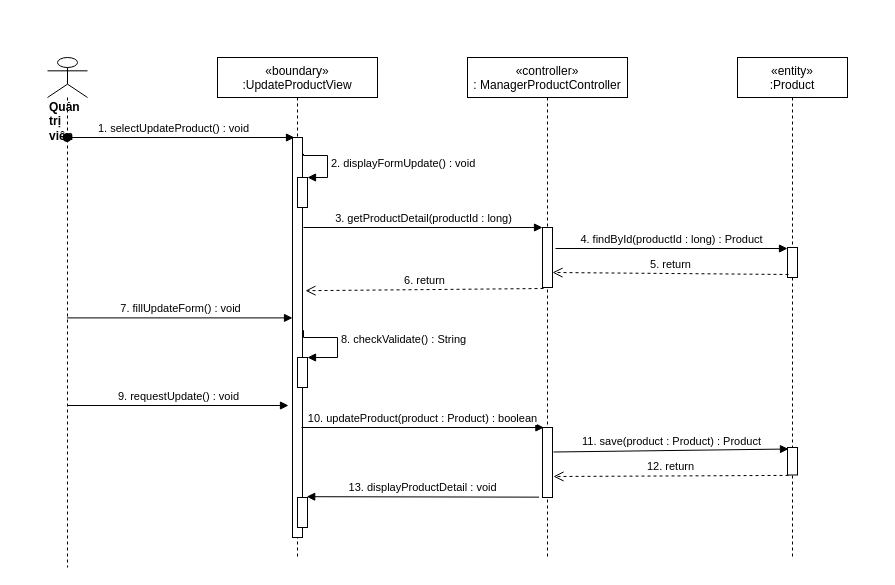
Earlier version of the draw.io diagram sequence diagram/update-oldProduct-manager-sequence.drawio (nguyenphamvan/datn_20202). Source tidied: cells renumbered, new cells numbered last; positions are measured from the earlier drawing's top-left corner, leaving out a move shared by most shapes. Both pictures are drawn from the tidied source at 100%, with x=0, y=0 at pixel (47, 57).
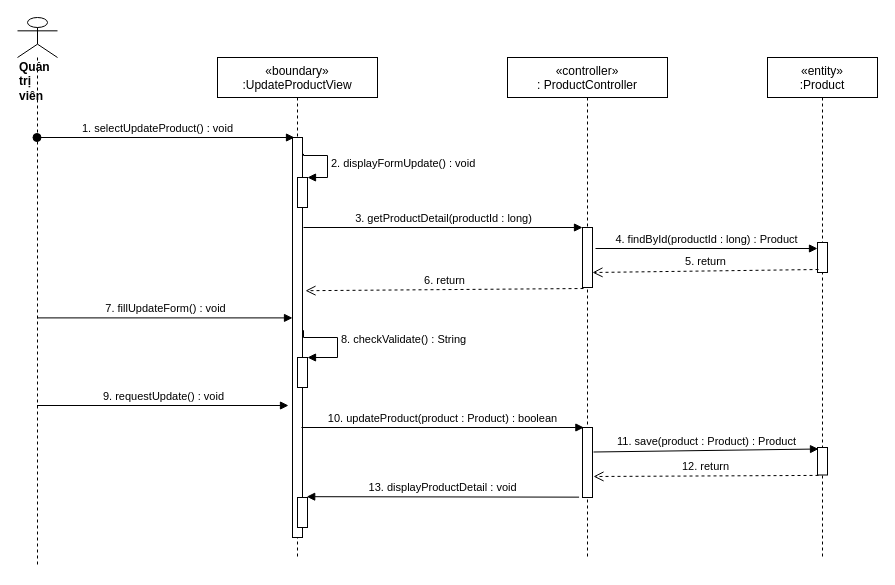
The same diagram, later.

Diff of the diagram source:
```diff
@@
-    <mxCell id="6" value="«controller»&#10;: ManagerProductController" style="shape=umlLifeline;perimeter=lifelinePerimeter;rounded=0;shadow=0;strokeWidth=1;" parent="1" vertex="1">
-      <mxGeometry x="420" width="160" height="500" as="geometry" />
+    <mxCell id="6" value="«controller»&#10;: ProductController" style="shape=umlLifeline;perimeter=lifelinePerimeter;rounded=0;shadow=0;strokeWidth=1;" parent="1" vertex="1">
+      <mxGeometry x="460" width="160" height="500" as="geometry" />
     </mxCell>
@@
     <mxCell id="9" value="&lt;div&gt;&lt;b&gt;Quản trị viên&lt;/b&gt;&lt;/div&gt;" style="shape=umlLifeline;participant=umlActor;perimeter=lifelinePerimeter;whiteSpace=wrap;html=1;verticalAlign=top;spacingTop=36;outlineConnect=0;align=left;size=40;" parent="1" vertex="1">
-      <mxGeometry width="40" height="510" as="geometry" />
+      <mxGeometry x="-30" y="-40" width="40" height="550" as="geometry" />
     </mxCell>
@@
     <mxCell id="12" value="«entity»&#10;:Product" style="shape=umlLifeline;perimeter=lifelinePerimeter;rounded=0;shadow=0;strokeWidth=1;" parent="1" vertex="1">
-      <mxGeometry x="690" width="110" height="500" as="geometry" />
+      <mxGeometry x="720" width="110" height="500" as="geometry" />
     </mxCell>
@@
     <mxCell id="25" style="html=1;points=[];perimeter=orthogonalPerimeter;" parent="1" vertex="1">
-      <mxGeometry x="740" y="190" width="10" height="30" as="geometry" />
+      <mxGeometry x="770" y="185" width="10" height="30" as="geometry" />
     </mxCell>
```
